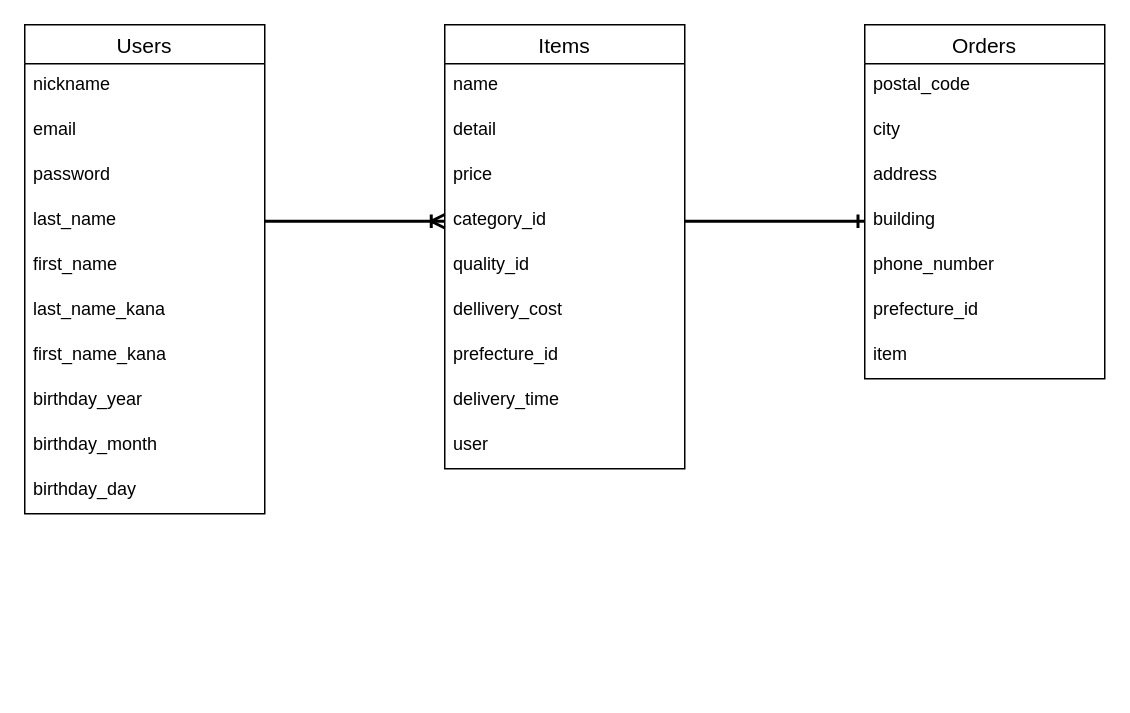
This is ER.dio from Nuigu/furima-39534, a draw.io file, before an edit. Source tidied: cells renumbered, new cells numbered last; positions are measured from the earlier drawing's top-left corner, leaving out a move shared by most shapes. Both pictures are drawn from the tidied source at 150%, with x=0, y=0 at pixel (24, 24).
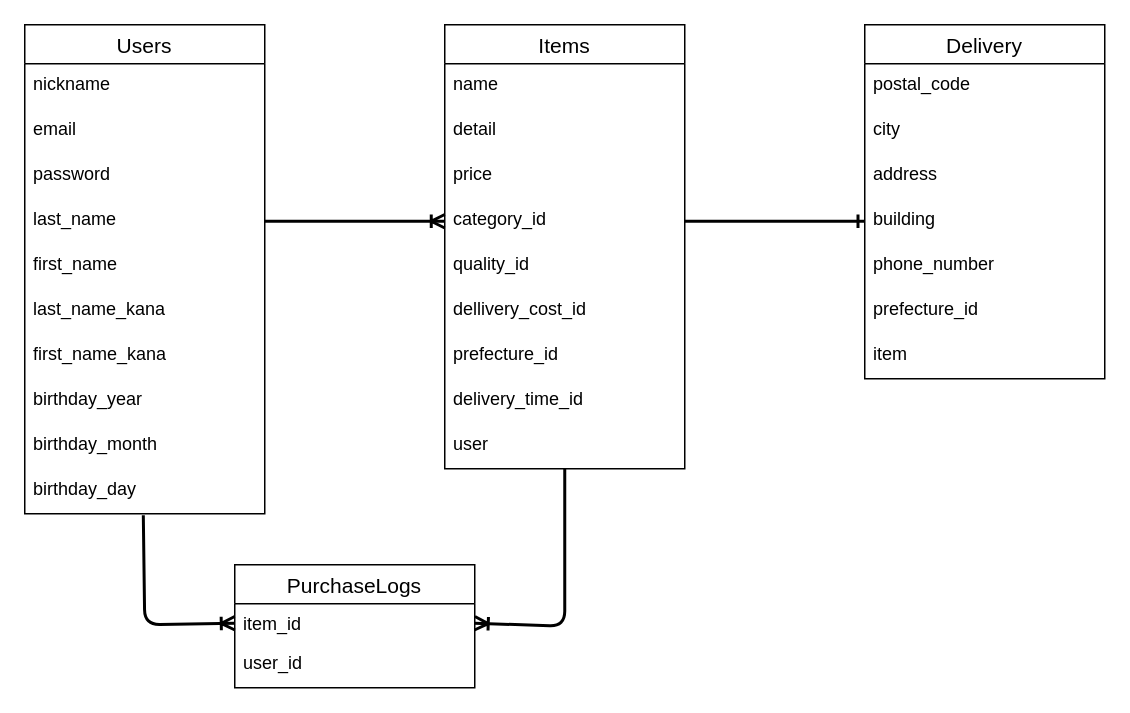
The same page after the edit.

Commit message (it also covers changes not shown here):
PurchaseLogsテーブルの追加、Ordersテーブル⇒Addressesテーブル

購入履歴テーブルには「誰が」「どの商品を購入したか」を保存するためにユーザーと商品の外部キーカラムのみを用意しましょう。
配送先情報テーブル(配送先情報を保存するテーブル)には、郵便番号など配送先情報を用意しましょう。

Unchanged cells that the change refers to:
```xml
<mxCell id="12" value="birthday_day" style="text;strokeColor=none;fillColor=none;spacingLeft=4;spacingRight=4;overflow=hidden;points=[[0,0.5],[1,0.5]];portConstraint=eastwest;fontSize=12;" parent="2" vertex="1">
  <mxGeometry y="296" width="160" height="30" as="geometry" />
</mxCell>
<mxCell id="13" value="Items" style="swimlane;fontStyle=0;horizontal=1;startSize=26;align=center;fontSize=14;" parent="1" vertex="1">
  <mxGeometry x="280" width="160" height="296" as="geometry" />
</mxCell>
<mxCell id="22" value="user" style="text;strokeColor=none;fillColor=none;spacingLeft=4;spacingRight=4;overflow=hidden;points=[[0,0.5],[1,0.5]];portConstraint=eastwest;fontSize=12;" parent="13" vertex="1">
  <mxGeometry y="266" width="160" height="30" as="geometry" />
</mxCell>
```

What changed in the source:
```diff
@@
-    <mxCell id="19" value="dellivery_cost" style="text;strokeColor=none;fillColor=none;spacingLeft=4;spacingRight=4;overflow=hidden;fontSize=12;" parent="13" vertex="1">
+    <mxCell id="19" value="dellivery_cost_id" style="text;strokeColor=none;fillColor=none;spacingLeft=4;spacingRight=4;overflow=hidden;fontSize=12;" parent="13" vertex="1">
       <mxGeometry y="176" width="160" height="30" as="geometry" />
     </mxCell>
@@
-    <mxCell id="21" value="delivery_time" style="text;strokeColor=none;fillColor=none;spacingLeft=4;spacingRight=4;overflow=hidden;fontSize=12;" parent="13" vertex="1">
+    <mxCell id="21" value="delivery_time_id" style="text;strokeColor=none;fillColor=none;spacingLeft=4;spacingRight=4;overflow=hidden;fontSize=12;" parent="13" vertex="1">
       <mxGeometry y="236" width="160" height="30" as="geometry" />
     </mxCell>
@@
-    <mxCell id="24" value="Orders" style="swimlane;fontStyle=0;horizontal=1;startSize=26;align=center;fontSize=14;" parent="1" vertex="1">
+    <mxCell id="24" value="Delivery" style="swimlane;fontStyle=0;horizontal=1;startSize=26;align=center;fontSize=14;" parent="1" vertex="1">
       <mxGeometry x="560" width="160" height="236" as="geometry" />
     </mxCell>
@@
+    <mxCell id="33" value="PurchaseLogs" style="swimlane;fontStyle=0;horizontal=1;startSize=26;align=center;fontSize=14;" parent="1" vertex="1">
+      <mxGeometry x="140" y="360" width="160" height="82" as="geometry" />
+    </mxCell>
+    <mxCell id="34" value="item_id" style="text;strokeColor=none;fillColor=none;spacingLeft=4;spacingRight=4;overflow=hidden;points=[[0,0.5],[1,0.5]];portConstraint=eastwest;fontSize=12;" parent="33" vertex="1">
+      <mxGeometry y="26" width="160" height="26" as="geometry" />
+    </mxCell>
+    <mxCell id="35" value="user_id" style="text;strokeColor=none;fillColor=none;spacingLeft=4;spacingRight=4;overflow=hidden;fontSize=12;" parent="33" vertex="1">
+      <mxGeometry y="52" width="160" height="30" as="geometry" />
+    </mxCell>
+    <mxCell id="36" style="edgeStyle=none;html=1;exitX=0.5;exitY=1;exitDx=0;exitDy=0;entryX=1;entryY=0.5;entryDx=0;entryDy=0;strokeWidth=2;endArrow=ERoneToMany;endFill=0;exitPerimeter=0;" parent="1" edge="1" source="22" target="34">
+      <mxGeometry relative="1" as="geometry">
+        <Array as="points">
+          <mxPoint x="360" y="401" />
+        </Array>
+      </mxGeometry>
+    </mxCell>
+    <mxCell id="37" style="edgeStyle=none;html=1;exitX=0.494;exitY=1.033;exitDx=0;exitDy=0;entryX=0;entryY=0.5;entryDx=0;entryDy=0;strokeWidth=2;endArrow=ERoneToMany;endFill=0;exitPerimeter=0;" parent="1" edge="1" source="12" target="34">
+      <mxGeometry relative="1" as="geometry">
+        <Array as="points">
+          <mxPoint x="80" y="400" />
+        </Array>
+      </mxGeometry>
+    </mxCell>
```
